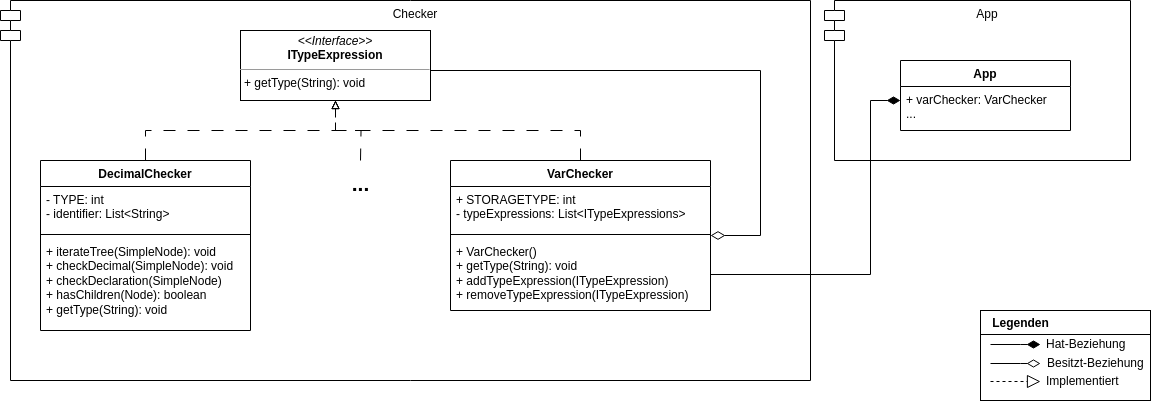
Above: assets/img/checker-module-uml.png in lhahner/aspekte-formale-uebersetzung-programmiersprachen (draw.io), before the change. Source tidied: cells renumbered, new cells last; positions are measured from the earlier drawing's top-left corner, leaving out a move shared by most shapes.
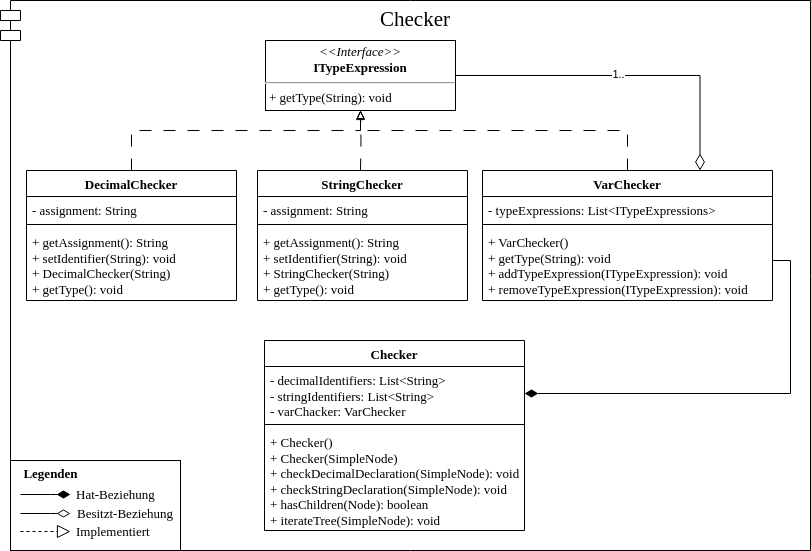
The same diagram one commit later.

Change to the diagram source:
```diff
@@ -2,124 +2,144 @@
   <root>
     <mxCell id="0" />
     <mxCell id="1" parent="0" />
-    <mxCell id="2" value="Checker" style="shape=module;align=left;spacingLeft=20;align=center;verticalAlign=top;whiteSpace=wrap;html=1;" parent="1" vertex="1">
-      <mxGeometry width="810" height="380" as="geometry" />
+    <mxCell id="2" value="&lt;font style=&quot;font-size: 21px;&quot;&gt;Checker&lt;/font&gt;" style="shape=module;align=left;spacingLeft=20;align=center;verticalAlign=top;whiteSpace=wrap;html=1;fontFamily=Semi Serif;fontSize=13;" parent="1" vertex="1">
+      <mxGeometry y="-10" width="810" height="550" as="geometry" />
     </mxCell>
-    <mxCell id="3" style="edgeStyle=orthogonalEdgeStyle;rounded=0;jettySize=auto;html=1;entryX=0.5;entryY=1;entryDx=0;entryDy=0;dashed=1;dashPattern=12 12;endArrow=block;endFill=0;" parent="1" edge="1" target="5">
+    <mxCell id="3" style="edgeStyle=orthogonalEdgeStyle;rounded=0;jettySize=auto;html=1;entryX=0.5;entryY=1;entryDx=0;entryDy=0;dashed=1;dashPattern=12 12;endArrow=block;endFill=0;fontFamily=Semi Serif;fontSize=13;" parent="1" edge="1" target="5">
       <mxGeometry relative="1" as="geometry">
         <mxPoint x="360" y="160" as="sourcePoint" />
       </mxGeometry>
     </mxCell>
-    <mxCell id="4" style="edgeStyle=orthogonalEdgeStyle;rounded=0;jettySize=auto;html=1;entryX=1;entryY=0.5;entryDx=0;entryDy=0;endArrow=diamondThin;endFill=0;endSize=12;" parent="1" edge="1" source="5" target="7">
-      <mxGeometry relative="1" as="geometry">
-        <Array as="points">
-          <mxPoint x="760" y="70" />
-          <mxPoint x="760" y="235" />
-        </Array>
-      </mxGeometry>
+    <mxCell id="4" style="edgeStyle=orthogonalEdgeStyle;rounded=0;jettySize=auto;html=1;entryX=0.75;entryY=0;entryDx=0;entryDy=0;endArrow=diamondThin;endFill=0;startSize=10;endSize=14;fontFamily=Semi Serif;fontSize=13;" parent="1" edge="1" source="5" target="7">
+      <mxGeometry relative="1" as="geometry" />
     </mxCell>
+    <mxCell id="30" value="1.." style="edgeLabel;html=1;align=center;verticalAlign=middle;" parent="4" vertex="1">
+      <mxGeometry x="-0.05" y="4" relative="1" as="geometry">
+        <mxPoint y="2" as="offset" />
+      </mxGeometry>
+    </mxCell>
-    <mxCell id="5" value="&lt;p style=&quot;margin:0px;margin-top:4px;text-align:center;&quot;&gt;&lt;i&gt;&amp;lt;&amp;lt;Interface&amp;gt;&amp;gt;&lt;/i&gt;&lt;br&gt;&lt;b&gt;ITypeExpression&lt;/b&gt;&lt;/p&gt;&lt;hr size=&quot;1&quot;&gt;&lt;p style=&quot;margin:0px;margin-left:4px;&quot;&gt;&lt;/p&gt;&lt;p style=&quot;margin:0px;margin-left:4px;&quot;&gt;+ getType(String): void&lt;br&gt;&lt;/p&gt;" style="verticalAlign=top;align=left;overflow=fill;fontSize=12;fontFamily=Helvetica;html=1;whiteSpace=wrap;" parent="1" vertex="1">
-      <mxGeometry x="240" y="30" width="190" height="70" as="geometry" />
+    <mxCell id="5" value="&lt;p style=&quot;margin: 4px 0px 0px; text-align: center; font-size: 13px;&quot;&gt;&lt;i style=&quot;font-size: 13px;&quot;&gt;&amp;lt;&amp;lt;Interface&amp;gt;&amp;gt;&lt;/i&gt;&lt;br style=&quot;font-size: 13px;&quot;&gt;&lt;b style=&quot;font-size: 13px;&quot;&gt;ITypeExpression&lt;/b&gt;&lt;/p&gt;&lt;hr style=&quot;font-size: 13px;&quot;&gt;&lt;p style=&quot;margin: 0px 0px 0px 4px; font-size: 13px;&quot;&gt;&lt;/p&gt;&lt;p style=&quot;margin: 0px 0px 0px 4px; font-size: 13px;&quot;&gt;+ getType(String): void&lt;br style=&quot;font-size: 13px;&quot;&gt;&lt;/p&gt;" style="verticalAlign=top;align=left;overflow=fill;fontSize=13;fontFamily=Semi Serif;html=1;whiteSpace=wrap;" parent="1" vertex="1">
+      <mxGeometry x="265" y="30" width="190" height="70" as="geometry" />
     </mxCell>
-    <mxCell id="6" style="edgeStyle=orthogonalEdgeStyle;rounded=0;jettySize=auto;html=1;entryX=0.5;entryY=1;entryDx=0;entryDy=0;dashed=1;dashPattern=12 12;endArrow=block;endFill=0;" parent="1" edge="1" source="7" target="5">
+    <mxCell id="6" style="edgeStyle=orthogonalEdgeStyle;rounded=0;jettySize=auto;html=1;dashed=1;dashPattern=12 12;endArrow=block;endFill=0;fontFamily=Semi Serif;fontSize=13;" parent="1" edge="1" source="7" target="5">
       <mxGeometry relative="1" as="geometry">
         <Array as="points">
-          <mxPoint x="580" y="130" />
-          <mxPoint x="335" y="130" />
+          <mxPoint x="627" y="120" />
+          <mxPoint x="360" y="120" />
         </Array>
       </mxGeometry>
     </mxCell>
-    <mxCell id="7" value="VarChecker" style="swimlane;fontStyle=1;align=center;verticalAlign=top;horizontal=1;startSize=26;whiteSpace=wrap;html=1;" parent="1" vertex="1">
-      <mxGeometry x="450" y="160" width="260" height="150" as="geometry" />
+    <mxCell id="7" value="VarChecker" style="swimlane;fontStyle=1;align=center;verticalAlign=top;horizontal=1;startSize=26;whiteSpace=wrap;html=1;fontFamily=Semi Serif;fontSize=13;" parent="1" vertex="1">
+      <mxGeometry x="482" y="160" width="290" height="130" as="geometry" />
     </mxCell>
-    <mxCell id="8" value="+ STORAGETYPE: int&lt;br&gt;- typeExpressions: List&amp;lt;ITypeExpressions&amp;gt;" style="text;strokeColor=none;fillColor=none;align=left;verticalAlign=top;spacingLeft=4;spacingRight=4;overflow=hidden;whiteSpace=wrap;html=1;" parent="7" vertex="1">
-      <mxGeometry y="26" width="260" height="44" as="geometry" />
+    <mxCell id="8" value="- typeExpressions: List&amp;lt;ITypeExpressions&amp;gt;" style="text;strokeColor=none;fillColor=none;align=left;verticalAlign=top;spacingLeft=4;spacingRight=4;overflow=hidden;whiteSpace=wrap;html=1;fontFamily=Semi Serif;fontSize=13;" parent="7" vertex="1">
+      <mxGeometry y="26" width="290" height="24" as="geometry" />
     </mxCell>
-    <mxCell id="9" style="line;strokeWidth=1;fillColor=none;align=left;verticalAlign=middle;spacingTop=-1;spacingLeft=3;spacingRight=3;labelPosition=right;strokeColor=inherit;" parent="7" vertex="1">
-      <mxGeometry y="70" width="260" height="8" as="geometry" />
+    <mxCell id="9" style="line;strokeWidth=1;fillColor=none;align=left;verticalAlign=middle;spacingTop=-1;spacingLeft=3;spacingRight=3;labelPosition=right;strokeColor=inherit;fontFamily=Semi Serif;fontSize=13;" parent="7" vertex="1">
+      <mxGeometry y="50" width="290" height="8" as="geometry" />
     </mxCell>
-    <mxCell id="10" value="+ VarChecker()&lt;br&gt;+ getType(String): void&lt;br&gt;+ addTypeExpression(ITypeExpression)&lt;br&gt;+ removeTypeExpression(ITypeExpression)" style="text;strokeColor=none;fillColor=none;align=left;verticalAlign=top;spacingLeft=4;spacingRight=4;overflow=hidden;points=[[0,0.5],[1,0.5]];portConstraint=eastwest;whiteSpace=wrap;html=1;" parent="7" vertex="1">
-      <mxGeometry y="78" width="260" height="72" as="geometry" />
+    <mxCell id="10" value="+ VarChecker()&lt;br style=&quot;font-size: 13px;&quot;&gt;+ getType(String): void&lt;br style=&quot;font-size: 13px;&quot;&gt;+ addTypeExpression(ITypeExpression): void&lt;br style=&quot;font-size: 13px;&quot;&gt;+ removeTypeExpression(ITypeExpression): void" style="text;strokeColor=none;fillColor=none;align=left;verticalAlign=top;spacingLeft=4;spacingRight=4;overflow=hidden;points=[[0,0.5],[1,0.5]];portConstraint=eastwest;whiteSpace=wrap;html=1;fontFamily=Semi Serif;fontSize=13;" parent="7" vertex="1">
+      <mxGeometry y="58" width="290" height="72" as="geometry" />
     </mxCell>
-    <mxCell id="11" style="edgeStyle=orthogonalEdgeStyle;rounded=0;jettySize=auto;html=1;entryX=0.5;entryY=1;entryDx=0;entryDy=0;dashed=1;dashPattern=12 12;endArrow=block;endFill=0;" parent="1" edge="1" source="12" target="5">
-      <mxGeometry relative="1" as="geometry" />
+    <mxCell id="11" style="edgeStyle=orthogonalEdgeStyle;rounded=0;jettySize=auto;html=1;entryX=0.5;entryY=1;entryDx=0;entryDy=0;dashed=1;dashPattern=12 12;endArrow=block;endFill=0;fontFamily=Semi Serif;fontSize=13;endSize=7;" parent="1" edge="1" source="12" target="5">
+      <mxGeometry relative="1" as="geometry">
+        <Array as="points">
+          <mxPoint x="131" y="120" />
+          <mxPoint x="360" y="120" />
+        </Array>
+      </mxGeometry>
     </mxCell>
-    <mxCell id="12" value="DecimalChecker" style="swimlane;fontStyle=1;align=center;verticalAlign=top;horizontal=1;startSize=26;whiteSpace=wrap;html=1;" parent="1" vertex="1">
-      <mxGeometry x="40" y="160" width="210" height="170" as="geometry" />
+    <mxCell id="12" value="DecimalChecker" style="swimlane;fontStyle=1;align=center;verticalAlign=top;horizontal=1;startSize=26;whiteSpace=wrap;html=1;fontFamily=Semi Serif;fontSize=13;" parent="1" vertex="1">
+      <mxGeometry x="26" y="160" width="210" height="130" as="geometry" />
     </mxCell>
-    <mxCell id="13" value="- TYPE: int&lt;br&gt;- identifier: List&amp;lt;String&amp;gt;" style="text;strokeColor=none;fillColor=none;align=left;verticalAlign=top;spacingLeft=4;spacingRight=4;overflow=hidden;whiteSpace=wrap;html=1;" parent="12" vertex="1">
-      <mxGeometry y="26" width="210" height="44" as="geometry" />
+    <mxCell id="13" value="- assignment: String" style="text;strokeColor=none;fillColor=none;align=left;verticalAlign=top;spacingLeft=4;spacingRight=4;overflow=hidden;whiteSpace=wrap;html=1;fontFamily=Semi Serif;fontSize=13;" parent="12" vertex="1">
+      <mxGeometry y="26" width="210" height="24" as="geometry" />
     </mxCell>
-    <mxCell id="14" style="line;strokeWidth=1;fillColor=none;align=left;verticalAlign=middle;spacingTop=-1;spacingLeft=3;spacingRight=3;labelPosition=right;strokeColor=inherit;" parent="12" vertex="1">
-      <mxGeometry y="70" width="210" height="8" as="geometry" />
+    <mxCell id="14" style="line;strokeWidth=1;fillColor=none;align=left;verticalAlign=middle;spacingTop=-1;spacingLeft=3;spacingRight=3;labelPosition=right;strokeColor=inherit;fontFamily=Semi Serif;fontSize=13;" parent="12" vertex="1">
+      <mxGeometry y="50" width="210" height="8" as="geometry" />
     </mxCell>
-    <mxCell id="15" value="+ iterateTree(SimpleNode): void&lt;br&gt;+ checkDecimal(SimpleNode): void&lt;br&gt;+ checkDeclaration(SimpleNode)&lt;br&gt;+ hasChildren(Node): boolean&lt;br&gt;+ getType(String): void" style="text;strokeColor=none;fillColor=none;align=left;verticalAlign=top;spacingLeft=4;spacingRight=4;overflow=hidden;whiteSpace=wrap;html=1;" parent="12" vertex="1">
-      <mxGeometry y="78" width="210" height="92" as="geometry" />
+    <mxCell id="15" value="+ getAssignment(): String&lt;br style=&quot;border-color: var(--border-color); font-size: 13px;&quot;&gt;+ setIdentifier(String): void&lt;br style=&quot;font-size: 13px;&quot;&gt;+ DecimalChecker(String)&lt;br style=&quot;border-color: var(--border-color); font-size: 13px;&quot;&gt;+ getType(): void" style="text;strokeColor=none;fillColor=none;align=left;verticalAlign=top;spacingLeft=4;spacingRight=4;overflow=hidden;whiteSpace=wrap;html=1;fontFamily=Semi Serif;fontSize=13;" parent="12" vertex="1">
+      <mxGeometry y="58" width="210" height="72" as="geometry" />
     </mxCell>
-    <mxCell id="16" value="..." style="text;align=center;fontStyle=1;verticalAlign=middle;spacingLeft=3;spacingRight=3;strokeColor=none;html=1;strokeWidth=6;perimeterSpacing=2;fontSize=21;" parent="1" vertex="1">
-      <mxGeometry x="320" y="170" width="80" height="26" as="geometry" />
-    </mxCell>
-    <mxCell id="17" value="App" style="shape=module;align=left;spacingLeft=20;align=center;verticalAlign=top;whiteSpace=wrap;html=1;" parent="1" vertex="1">
-      <mxGeometry x="824" width="306" height="160" as="geometry" />
-    </mxCell>
-    <mxCell id="18" value="App" style="swimlane;fontStyle=1;align=center;verticalAlign=top;horizontal=1;startSize=26;whiteSpace=wrap;html=1;" parent="1" vertex="1">
-      <mxGeometry x="900" y="60" width="170" height="70" as="geometry" />
-    </mxCell>
-    <mxCell id="19" value="+ varChecker: VarChecker&lt;br&gt;..." style="text;strokeColor=none;fillColor=none;align=left;verticalAlign=top;spacingLeft=4;spacingRight=4;overflow=hidden;points=[[0,0.5],[1,0.5]];portConstraint=eastwest;whiteSpace=wrap;html=1;" parent="18" vertex="1">
-      <mxGeometry y="26" width="170" height="44" as="geometry" />
-    </mxCell>
-    <mxCell id="20" style="edgeStyle=orthogonalEdgeStyle;rounded=0;jettySize=auto;html=1;endArrow=diamondThin;endFill=1;startSize=11;endSize=11;" parent="1" edge="1" source="10" target="19">
+    <mxCell id="20" style="edgeStyle=orthogonalEdgeStyle;rounded=0;jettySize=auto;html=1;endArrow=diamondThin;endFill=1;startSize=11;endSize=11;entryX=1;entryY=0.5;entryDx=0;entryDy=0;fontFamily=Semi Serif;fontSize=13;" parent="1" edge="1" source="10" target="32">
       <mxGeometry relative="1" as="geometry">
         <Array as="points">
-          <mxPoint x="870" y="274" />
-          <mxPoint x="870" y="100" />
+          <mxPoint x="790" y="250" />
+          <mxPoint x="790" y="383" />
         </Array>
       </mxGeometry>
     </mxCell>
+    <mxCell id="31" value="Checker" style="swimlane;fontStyle=1;align=center;verticalAlign=top;horizontal=1;startSize=26;whiteSpace=wrap;html=1;fontFamily=Semi Serif;fontSize=13;" parent="1" vertex="1">
+      <mxGeometry x="264" y="330" width="260" height="190" as="geometry" />
+    </mxCell>
+    <mxCell id="32" value="- decimalIdentifiers: List&amp;lt;String&amp;gt;&lt;br style=&quot;font-size: 13px;&quot;&gt;- stringIdentifiers: List&amp;lt;String&amp;gt;&lt;br style=&quot;font-size: 13px;&quot;&gt;- varChacker: VarChecker" style="text;strokeColor=none;fillColor=none;align=left;verticalAlign=top;spacingLeft=4;spacingRight=4;overflow=hidden;points=[[0,0.5],[1,0.5]];portConstraint=eastwest;whiteSpace=wrap;html=1;fontFamily=Semi Serif;fontSize=13;" parent="31" vertex="1">
+      <mxGeometry y="26" width="260" height="54" as="geometry" />
+    </mxCell>
+    <mxCell id="33" style="line;strokeWidth=1;fillColor=none;align=left;verticalAlign=middle;spacingTop=-1;spacingLeft=3;spacingRight=3;labelPosition=right;strokeColor=inherit;fontFamily=Semi Serif;fontSize=13;" parent="31" vertex="1">
+      <mxGeometry y="80" width="260" height="8" as="geometry" />
+    </mxCell>
+    <mxCell id="34" value="+ Checker()&lt;br style=&quot;font-size: 13px;&quot;&gt;+ Checker(SimpleNode)&lt;br style=&quot;font-size: 13px;&quot;&gt;+ checkDecimalDeclaration(SimpleNode): void&lt;br style=&quot;font-size: 13px;&quot;&gt;+ checkStringDeclaration(SimpleNode): void&lt;br style=&quot;font-size: 13px;&quot;&gt;+ hasChildren(Node): boolean&lt;br style=&quot;font-size: 13px;&quot;&gt;+ iterateTree(SimpleNode): void" style="text;strokeColor=none;fillColor=none;align=left;verticalAlign=top;spacingLeft=4;spacingRight=4;overflow=hidden;whiteSpace=wrap;html=1;fontFamily=Semi Serif;fontSize=13;" parent="31" vertex="1">
+      <mxGeometry y="88" width="260" height="102" as="geometry" />
+    </mxCell>
+    <mxCell id="35" style="group;fontFamily=Semi Serif;fontSize=13;" parent="1" vertex="1">
+      <mxGeometry x="10" y="450" width="170" height="90" as="geometry" />
+    </mxCell>
-    <mxCell id="21" style="html=1;whiteSpace=wrap;" parent="1" vertex="1">
-      <mxGeometry x="980" y="310" width="170" height="90" as="geometry" />
+    <mxCell id="21" style="html=1;whiteSpace=wrap;fontFamily=Semi Serif;fontSize=13;" parent="35" vertex="1">
+      <mxGeometry width="170" height="90" as="geometry" />
     </mxCell>
-    <mxCell id="22" style="edgeStyle=orthogonalEdgeStyle;rounded=0;orthogonalLoop=1;jettySize=auto;html=1;endArrow=diamondThin;endFill=1;startSize=11;endSize=11;" parent="1" edge="1">
+    <mxCell id="22" style="edgeStyle=orthogonalEdgeStyle;rounded=0;orthogonalLoop=1;jettySize=auto;html=1;endArrow=diamondThin;endFill=1;startSize=11;endSize=11;fontFamily=Semi Serif;fontSize=13;" parent="35" edge="1">
       <mxGeometry relative="1" as="geometry">
-        <mxPoint x="990" y="344" as="sourcePoint" />
-        <mxPoint x="1040" y="344" as="targetPoint" />
+        <mxPoint x="10" y="34" as="sourcePoint" />
+        <mxPoint x="60" y="34" as="targetPoint" />
         <Array as="points">
-          <mxPoint x="1020" y="344" />
+          <mxPoint x="40" y="34" />
         </Array>
       </mxGeometry>
     </mxCell>
-    <mxCell id="23" style="edgeStyle=orthogonalEdgeStyle;rounded=0;orthogonalLoop=1;jettySize=auto;html=1;endArrow=diamondThin;endFill=0;startSize=11;endSize=11;" parent="1" edge="1">
+    <mxCell id="23" style="edgeStyle=orthogonalEdgeStyle;rounded=0;orthogonalLoop=1;jettySize=auto;html=1;endArrow=diamondThin;endFill=0;startSize=11;endSize=11;fontFamily=Semi Serif;fontSize=13;" parent="35" edge="1">
       <mxGeometry relative="1" as="geometry">
-        <mxPoint x="990" y="363" as="sourcePoint" />
-        <mxPoint x="1040" y="363" as="targetPoint" />
+        <mxPoint x="10" y="53" as="sourcePoint" />
+        <mxPoint x="60" y="53" as="targetPoint" />
         <Array as="points">
-          <mxPoint x="1020" y="363" />
+          <mxPoint x="40" y="53" />
         </Array>
       </mxGeometry>
     </mxCell>
-    <mxCell id="24" style="edgeStyle=orthogonalEdgeStyle;rounded=0;orthogonalLoop=1;jettySize=auto;html=1;endArrow=block;endFill=0;startSize=11;endSize=11;dashed=1;" parent="1" edge="1">
+    <mxCell id="24" style="edgeStyle=orthogonalEdgeStyle;rounded=0;orthogonalLoop=1;jettySize=auto;html=1;endArrow=block;endFill=0;startSize=11;endSize=11;dashed=1;fontFamily=Semi Serif;fontSize=13;" parent="35" edge="1">
       <mxGeometry relative="1" as="geometry">
-        <mxPoint x="990" y="381" as="sourcePoint" />
-        <mxPoint x="1040" y="381" as="targetPoint" />
+        <mxPoint x="10" y="71" as="sourcePoint" />
+        <mxPoint x="60" y="71" as="targetPoint" />
         <Array as="points">
-          <mxPoint x="1020" y="381" />
+          <mxPoint x="40" y="71" />
         </Array>
       </mxGeometry>
     </mxCell>
-    <mxCell id="25" value="Legenden" style="text;align=center;fontStyle=1;verticalAlign=middle;spacingLeft=3;spacingRight=3;strokeColor=none;html=1;" parent="1" vertex="1">
-      <mxGeometry x="980" y="310" width="80" height="26" as="geometry" />
+    <mxCell id="25" value="Legenden" style="text;align=center;fontStyle=1;verticalAlign=middle;spacingLeft=3;spacingRight=3;strokeColor=none;html=1;fontFamily=Semi Serif;fontSize=13;" parent="35" vertex="1">
+      <mxGeometry width="80" height="26" as="geometry" />
     </mxCell>
-    <mxCell id="26" style="line;strokeWidth=1;fillColor=none;align=left;verticalAlign=middle;spacingTop=-1;spacingLeft=3;spacingRight=3;labelPosition=right;strokeColor=inherit;" parent="1" vertex="1">
-      <mxGeometry x="980" y="330" width="170" height="8" as="geometry" />
+    <mxCell id="26" style="line;strokeWidth=1;fillColor=none;align=left;verticalAlign=middle;spacingTop=-1;spacingLeft=3;spacingRight=3;labelPosition=right;strokeColor=inherit;fontFamily=Semi Serif;fontSize=13;" parent="35" vertex="1">
+      <mxGeometry y="20" width="170" height="8" as="geometry" />
     </mxCell>
-    <mxCell id="27" value="Hat-Beziehung" style="text;strokeColor=none;fillColor=none;align=left;verticalAlign=top;spacingLeft=4;spacingRight=4;overflow=hidden;whiteSpace=wrap;html=1;" parent="1" vertex="1">
-      <mxGeometry x="1040" y="330" width="100" height="26" as="geometry" />
+    <mxCell id="27" value="Hat-Beziehung" style="text;strokeColor=none;fillColor=none;align=left;verticalAlign=top;spacingLeft=4;spacingRight=4;overflow=hidden;whiteSpace=wrap;html=1;fontFamily=Semi Serif;fontSize=13;" parent="35" vertex="1">
+      <mxGeometry x="60" y="20" width="100" height="26" as="geometry" />
     </mxCell>
-    <mxCell id="28" value="Besitzt-Beziehung" style="text;strokeColor=none;fillColor=none;align=left;verticalAlign=top;spacingLeft=4;spacingRight=4;overflow=hidden;whiteSpace=wrap;html=1;" parent="1" vertex="1">
-      <mxGeometry x="1041" y="349" width="109" height="26" as="geometry" />
+    <mxCell id="28" value="Besitzt-Beziehung" style="text;strokeColor=none;fillColor=none;align=left;verticalAlign=top;spacingLeft=4;spacingRight=4;overflow=hidden;whiteSpace=wrap;html=1;fontFamily=Semi Serif;fontSize=13;" parent="35" vertex="1">
+      <mxGeometry x="61" y="39" width="109" height="26" as="geometry" />
     </mxCell>
-    <mxCell id="29" value="Implementiert" style="text;strokeColor=none;fillColor=none;align=left;verticalAlign=top;spacingLeft=4;spacingRight=4;overflow=hidden;whiteSpace=wrap;html=1;" parent="1" vertex="1">
-      <mxGeometry x="1040" y="367" width="109" height="26" as="geometry" />
+    <mxCell id="29" value="Implementiert" style="text;strokeColor=none;fillColor=none;align=left;verticalAlign=top;spacingLeft=4;spacingRight=4;overflow=hidden;whiteSpace=wrap;html=1;fontFamily=Semi Serif;fontSize=13;" parent="35" vertex="1">
+      <mxGeometry x="60" y="57" width="109" height="26" as="geometry" />
     </mxCell>
+    <mxCell id="36" value="StringChecker" style="swimlane;fontStyle=1;align=center;verticalAlign=top;horizontal=1;startSize=26;whiteSpace=wrap;html=1;fontFamily=Semi Serif;fontSize=13;" parent="1" vertex="1">
+      <mxGeometry x="257" y="160" width="210" height="130" as="geometry" />
+    </mxCell>
+    <mxCell id="37" value="- assignment: String" style="text;strokeColor=none;fillColor=none;align=left;verticalAlign=top;spacingLeft=4;spacingRight=4;overflow=hidden;whiteSpace=wrap;html=1;fontFamily=Semi Serif;fontSize=13;" parent="36" vertex="1">
+      <mxGeometry y="26" width="210" height="24" as="geometry" />
+    </mxCell>
+    <mxCell id="38" style="line;strokeWidth=1;fillColor=none;align=left;verticalAlign=middle;spacingTop=-1;spacingLeft=3;spacingRight=3;labelPosition=right;strokeColor=inherit;fontFamily=Semi Serif;fontSize=13;" parent="36" vertex="1">
+      <mxGeometry y="50" width="210" height="8" as="geometry" />
+    </mxCell>
+    <mxCell id="39" value="+ getAssignment(): String&lt;br style=&quot;border-color: var(--border-color); font-size: 13px;&quot;&gt;+ setIdentifier(String): void&lt;br style=&quot;font-size: 13px;&quot;&gt;+ StringChecker(String)&lt;br style=&quot;border-color: var(--border-color); font-size: 13px;&quot;&gt;+ getType(): void" style="text;strokeColor=none;fillColor=none;align=left;verticalAlign=top;spacingLeft=4;spacingRight=4;overflow=hidden;whiteSpace=wrap;html=1;fontFamily=Semi Serif;fontSize=13;" parent="36" vertex="1">
+      <mxGeometry y="58" width="210" height="72" as="geometry" />
+    </mxCell>
   </root>
 </mxGraphModel>
```
